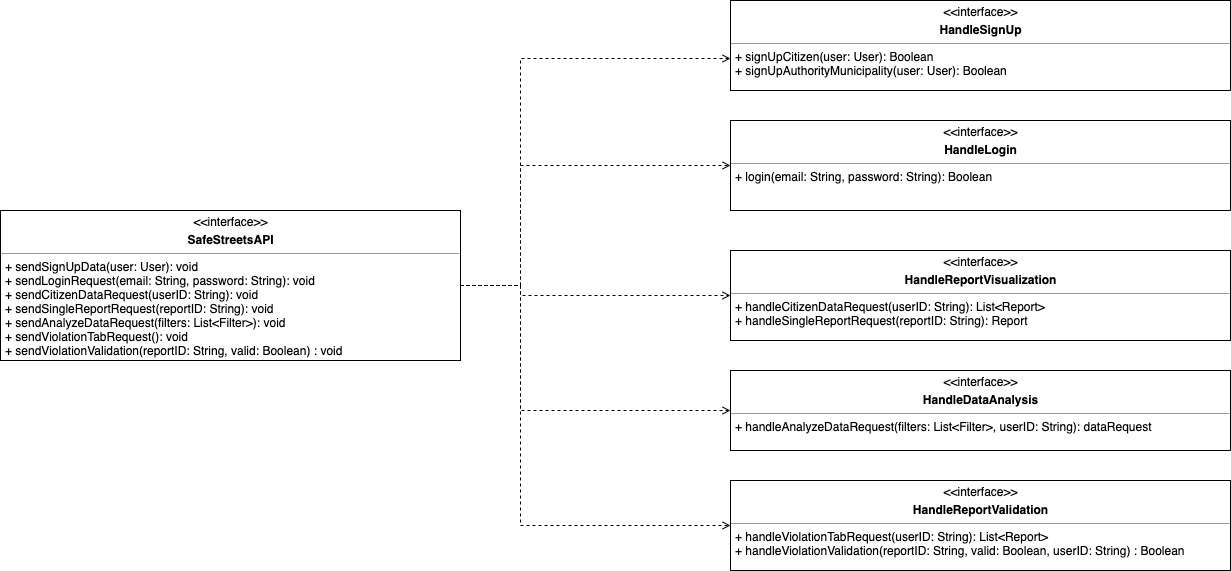
Earlier version of the draw.io export Documentation/DD/Images/AuthorityComponentInterfaces.png (AndreaFalanti/FalantiHuang-SwEngineering2). Source tidied: cells renumbered, new cells last; positions are measured from the earlier drawing's top-left corner, leaving out a move shared by most shapes.
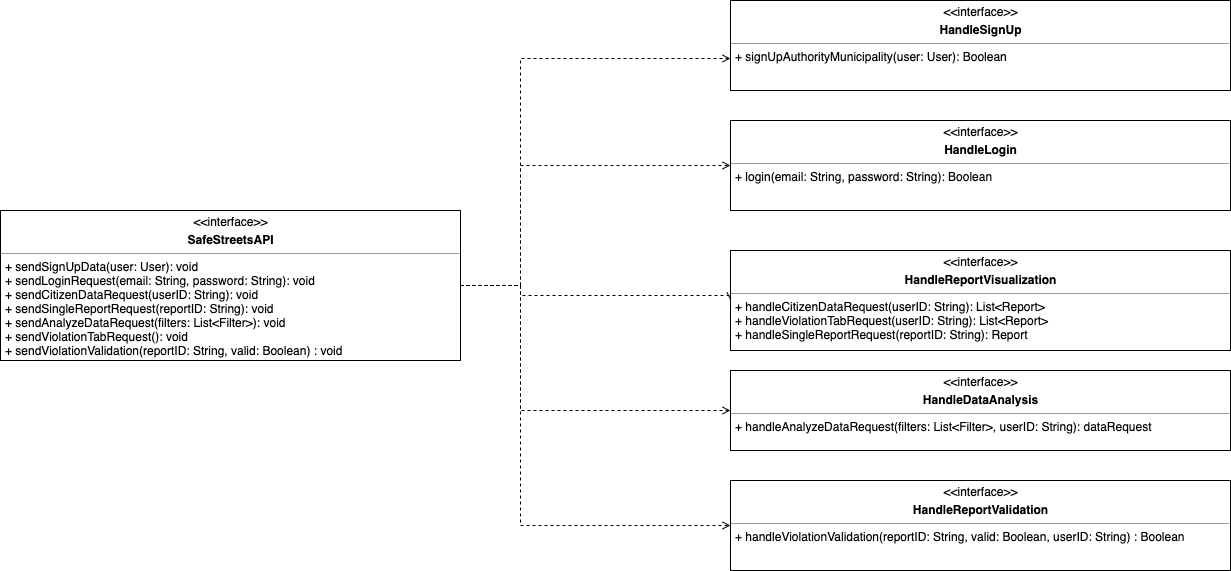
The same diagram one commit later.

Diff of the diagram source:
```diff
@@ -45,19 +45,19 @@
     <mxCell id="7" value="&lt;p style=&quot;margin: 4px 0px 0px ; text-align: center&quot;&gt;&amp;lt;&amp;lt;interface&amp;gt;&amp;gt;&lt;/p&gt;&lt;p style=&quot;margin: 4px 0px 0px ; text-align: center&quot;&gt;&lt;b&gt;SafeStreetsAPI&lt;/b&gt;&lt;/p&gt;&lt;hr size=&quot;1&quot;&gt;&lt;p style=&quot;margin: 0px ; margin-left: 4px&quot;&gt;&lt;span&gt;+ sendSignUpData(user: User): void&lt;/span&gt;&lt;/p&gt;&lt;p style=&quot;margin: 0px ; margin-left: 4px&quot;&gt;&lt;span&gt;+ sendLoginRequest(email: String, password: String): void&lt;/span&gt;&lt;/p&gt;&lt;p style=&quot;margin: 0px ; margin-left: 4px&quot;&gt;+ sendCitizenDataRequest(userID: String): void&lt;/p&gt;&lt;p style=&quot;margin: 0px ; margin-left: 4px&quot;&gt;+ sendSingleReportRequest(reportID: String): void&lt;br&gt;&lt;/p&gt;&lt;p style=&quot;margin: 0px ; margin-left: 4px&quot;&gt;+ sendAnalyzeDataRequest(filters: List&amp;lt;Filter&amp;gt;): void&lt;/p&gt;&lt;p style=&quot;margin: 0px ; margin-left: 4px&quot;&gt;+ sendViolationTabRequest(): void&lt;/p&gt;&lt;p style=&quot;margin: 0px ; margin-left: 4px&quot;&gt;+ sendViolationValidation(reportID: String, valid: Boolean) : void&lt;/p&gt;" style="verticalAlign=top;align=left;overflow=fill;fontSize=12;fontFamily=Helvetica;html=1;" parent="1" vertex="1">
       <mxGeometry y="210" width="460" height="150" as="geometry" />
     </mxCell>
-    <mxCell id="8" value="&lt;p style=&quot;margin: 4px 0px 0px ; text-align: center&quot;&gt;&amp;lt;&amp;lt;interface&amp;gt;&amp;gt;&lt;/p&gt;&lt;p style=&quot;margin: 4px 0px 0px ; text-align: center&quot;&gt;&lt;b&gt;HandleReportVisualization&lt;/b&gt;&lt;/p&gt;&lt;hr size=&quot;1&quot;&gt;&lt;p style=&quot;margin: 0px ; margin-left: 4px&quot;&gt;&lt;span&gt;+ handleCitizenDataRequest(userID: String): List&amp;lt;Report&amp;gt;&lt;/span&gt;&lt;/p&gt;&lt;p style=&quot;margin: 0px ; margin-left: 4px&quot;&gt;&lt;span&gt;+ handleSingleReportRequest(reportID: String): Report&lt;/span&gt;&lt;/p&gt;" style="verticalAlign=top;align=left;overflow=fill;fontSize=12;fontFamily=Helvetica;html=1;" parent="1" vertex="1">
-      <mxGeometry x="730" y="250" width="500" height="90" as="geometry" />
+    <mxCell id="8" value="&lt;p style=&quot;margin: 4px 0px 0px ; text-align: center&quot;&gt;&amp;lt;&amp;lt;interface&amp;gt;&amp;gt;&lt;/p&gt;&lt;p style=&quot;margin: 4px 0px 0px ; text-align: center&quot;&gt;&lt;b&gt;HandleReportVisualization&lt;/b&gt;&lt;/p&gt;&lt;hr size=&quot;1&quot;&gt;&lt;p style=&quot;margin: 0px ; margin-left: 4px&quot;&gt;&lt;span&gt;+ handleCitizenDataRequest(userID: String): List&amp;lt;Report&amp;gt;&lt;/span&gt;&lt;/p&gt;&lt;p style=&quot;margin: 0px ; margin-left: 4px&quot;&gt;+ handleViolationTabRequest(userID: String): List&amp;lt;Report&amp;gt;&lt;span&gt;&lt;br&gt;&lt;/span&gt;&lt;/p&gt;&lt;p style=&quot;margin: 0px ; margin-left: 4px&quot;&gt;&lt;span&gt;+ handleSingleReportRequest(reportID: String): Report&lt;/span&gt;&lt;/p&gt;" style="verticalAlign=top;align=left;overflow=fill;fontSize=12;fontFamily=Helvetica;html=1;" parent="1" vertex="1">
+      <mxGeometry x="730" y="250" width="500" height="100" as="geometry" />
     </mxCell>
     <mxCell id="9" value="&lt;p style=&quot;margin: 4px 0px 0px ; text-align: center&quot;&gt;&amp;lt;&amp;lt;interface&amp;gt;&amp;gt;&lt;/p&gt;&lt;p style=&quot;margin: 4px 0px 0px ; text-align: center&quot;&gt;&lt;b&gt;HandleDataAnalysis&lt;/b&gt;&lt;/p&gt;&lt;hr size=&quot;1&quot;&gt;&lt;p style=&quot;margin: 0px 0px 0px 4px&quot;&gt;+ handleAnalyzeDataRequest(filters: List&amp;lt;Filter&amp;gt;, userID: String): dataRequest&lt;/p&gt;&lt;p style=&quot;margin: 0px ; margin-left: 4px&quot;&gt;&lt;br&gt;&lt;/p&gt;" style="verticalAlign=top;align=left;overflow=fill;fontSize=12;fontFamily=Helvetica;html=1;" parent="1" vertex="1">
       <mxGeometry x="730" y="370" width="500" height="80" as="geometry" />
     </mxCell>
-    <mxCell id="10" value="&lt;p style=&quot;margin: 4px 0px 0px ; text-align: center&quot;&gt;&amp;lt;&amp;lt;interface&amp;gt;&amp;gt;&lt;/p&gt;&lt;p style=&quot;margin: 4px 0px 0px ; text-align: center&quot;&gt;&lt;b&gt;HandleReportValidation&lt;/b&gt;&lt;/p&gt;&lt;hr size=&quot;1&quot;&gt;&lt;p style=&quot;margin: 0px 0px 0px 4px&quot;&gt;+ handleViolationTabRequest(userID: String): List&amp;lt;Report&amp;gt;&lt;/p&gt;&lt;p style=&quot;margin: 0px 0px 0px 4px&quot;&gt;+ handleViolationValidation(reportID: String, valid: Boolean, userID: String) : Boolean&lt;/p&gt;&lt;div&gt;&lt;br&gt;&lt;/div&gt;" style="verticalAlign=top;align=left;overflow=fill;fontSize=12;fontFamily=Helvetica;html=1;" parent="1" vertex="1">
+    <mxCell id="10" value="&lt;p style=&quot;margin: 4px 0px 0px ; text-align: center&quot;&gt;&amp;lt;&amp;lt;interface&amp;gt;&amp;gt;&lt;/p&gt;&lt;p style=&quot;margin: 4px 0px 0px ; text-align: center&quot;&gt;&lt;b&gt;HandleReportValidation&lt;/b&gt;&lt;/p&gt;&lt;hr size=&quot;1&quot;&gt;&lt;p style=&quot;margin: 0px 0px 0px 4px&quot;&gt;&lt;span&gt;+ handleViolationValidation(reportID: String, valid: Boolean, userID: String) : Boolean&lt;/span&gt;&lt;br&gt;&lt;/p&gt;&lt;div&gt;&lt;br&gt;&lt;/div&gt;" style="verticalAlign=top;align=left;overflow=fill;fontSize=12;fontFamily=Helvetica;html=1;" parent="1" vertex="1">
       <mxGeometry x="730" y="480" width="500" height="90" as="geometry" />
     </mxCell>
     <mxCell id="11" style="group;" parent="1" vertex="1">
       <mxGeometry x="730" width="500" height="210" as="geometry" />
     </mxCell>
-    <mxCell id="12" value="&lt;p style=&quot;margin: 4px 0px 0px ; text-align: center&quot;&gt;&amp;lt;&amp;lt;interface&amp;gt;&amp;gt;&lt;/p&gt;&lt;p style=&quot;margin: 4px 0px 0px ; text-align: center&quot;&gt;&lt;b&gt;HandleSignUp&lt;/b&gt;&lt;/p&gt;&lt;hr size=&quot;1&quot;&gt;&lt;p style=&quot;margin: 0px ; margin-left: 4px&quot;&gt;&lt;span&gt;+ signUpCitizen(user: User): Boolean&lt;/span&gt;&lt;/p&gt;&lt;p style=&quot;margin: 0px ; margin-left: 4px&quot;&gt;+ signUpAuthorityMunicipality(user: User): Boolean&lt;/p&gt;" style="verticalAlign=top;align=left;overflow=fill;fontSize=12;fontFamily=Helvetica;html=1;" parent="11" vertex="1">
+    <mxCell id="12" value="&lt;p style=&quot;margin: 4px 0px 0px ; text-align: center&quot;&gt;&amp;lt;&amp;lt;interface&amp;gt;&amp;gt;&lt;/p&gt;&lt;p style=&quot;margin: 4px 0px 0px ; text-align: center&quot;&gt;&lt;b&gt;HandleSignUp&lt;/b&gt;&lt;/p&gt;&lt;hr size=&quot;1&quot;&gt;&lt;p style=&quot;margin: 0px ; margin-left: 4px&quot;&gt;&lt;span&gt;+ signUpAuthorityMunicipality(user: User): Boolean&lt;/span&gt;&lt;br&gt;&lt;/p&gt;" style="verticalAlign=top;align=left;overflow=fill;fontSize=12;fontFamily=Helvetica;html=1;" parent="11" vertex="1">
       <mxGeometry width="500" height="90" as="geometry" />
     </mxCell>
     <mxCell id="13" value="&lt;p style=&quot;margin: 4px 0px 0px ; text-align: center&quot;&gt;&amp;lt;&amp;lt;interface&amp;gt;&amp;gt;&lt;/p&gt;&lt;p style=&quot;margin: 4px 0px 0px ; text-align: center&quot;&gt;&lt;b&gt;HandleLogin&lt;/b&gt;&lt;/p&gt;&lt;hr size=&quot;1&quot;&gt;&lt;p style=&quot;margin: 0px ; margin-left: 4px&quot;&gt;+ login(email: String, password: String): Boolean&lt;/p&gt;" style="verticalAlign=top;align=left;overflow=fill;fontSize=12;fontFamily=Helvetica;html=1;" parent="11" vertex="1">
```
